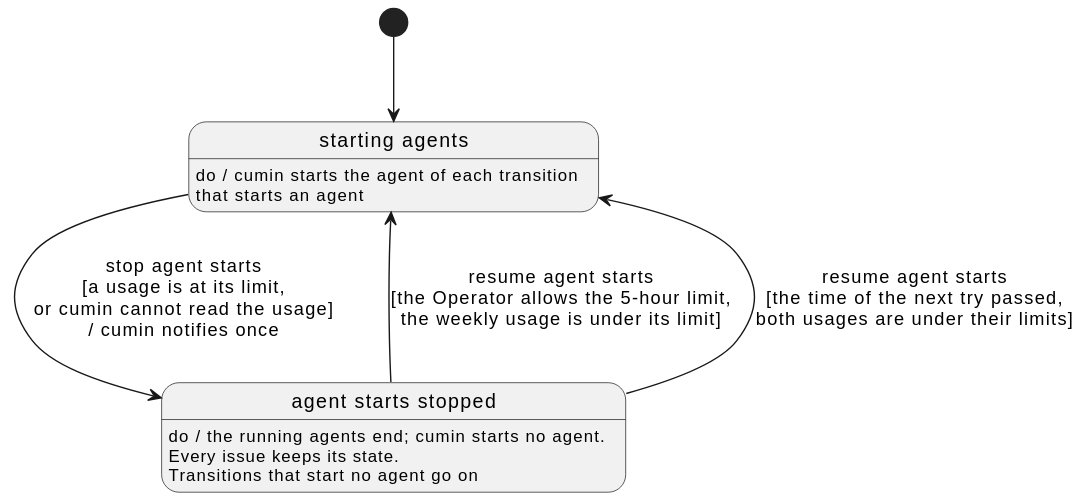
cloveclovedev/cumin-works keeps this PlantUML diagram as docs/ja/requirements/limit/overview.svg. Above is the earlier version. The source it was exported from:
```plantuml
@startuml

hide empty description

state "starting agents" as Starting
Starting : do / cumin starts the agent of each transition\nthat starts an agent

state "agent starts stopped" as Stopped
Stopped : do / the running agents end; cumin starts no agent.\nEvery issue keeps its state.\nTransitions that start no agent go on

[*] --> Starting
Starting --> Stopped : stop agent starts\n[a usage is at its limit,\nor cumin cannot read the usage]\n/ cumin notifies once
Stopped --> Starting : resume agent starts\n[the Operator allows the 5-hour limit,\nthe weekly usage is under its limit]
Stopped --> Starting : resume agent starts\n[the time of the next try passed,\nboth usages are under their limits]
@enduml
```
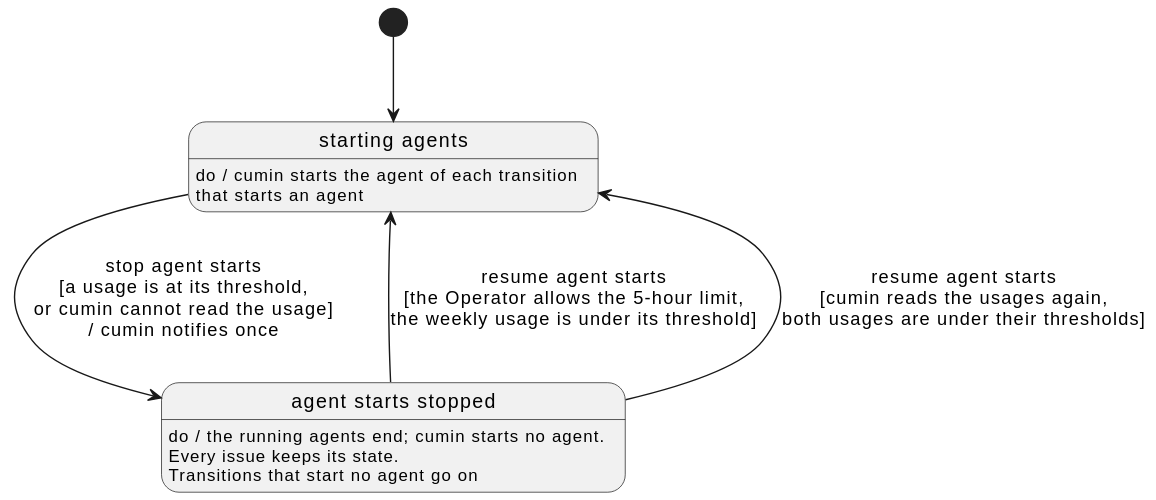
Above is the later version.

Commit message:
docs(requirements): focus LIMIT on how cumin judges the usage limits

Diff of the diagram source:
```diff
@@ -9,7 +9,7 @@
 Stopped : do / the running agents end; cumin starts no agent.\nEvery issue keeps its state.\nTransitions that start no agent go on
 
 [*] --> Starting
-Starting --> Stopped : stop agent starts\n[a usage is at its limit,\nor cumin cannot read the usage]\n/ cumin notifies once
-Stopped --> Starting : resume agent starts\n[the Operator allows the 5-hour limit,\nthe weekly usage is under its limit]
-Stopped --> Starting : resume agent starts\n[the time of the next try passed,\nboth usages are under their limits]
+Starting --> Stopped : stop agent starts\n[a usage is at its threshold,\nor cumin cannot read the usage]\n/ cumin notifies once
+Stopped --> Starting : resume agent starts\n[the Operator allows the 5-hour limit,\nthe weekly usage is under its threshold]
+Stopped --> Starting : resume agent starts\n[cumin reads the usages again,\nboth usages are under their thresholds]
 @enduml
```
